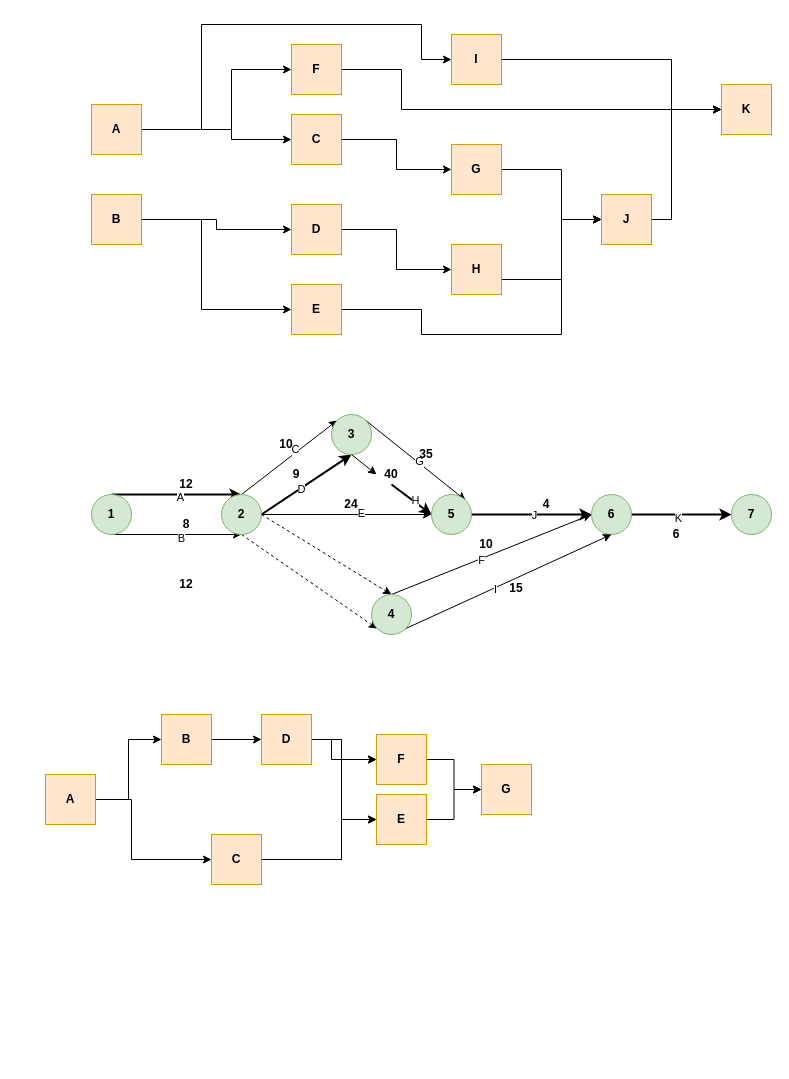
The draw.io diagram ejercicio-6.drawio in MasterJhonny/diagramas, before the edit. Source tidied: cells renumbered, new cells numbered last; positions are measured from the earlier drawing's top-left corner, leaving out a move shared by most shapes. Both pictures are drawn from the tidied source at 100%, with x=0, y=0 at pixel (45, 24). Pictures stored in the file or linked from it are replaced by grey dashed boxes.
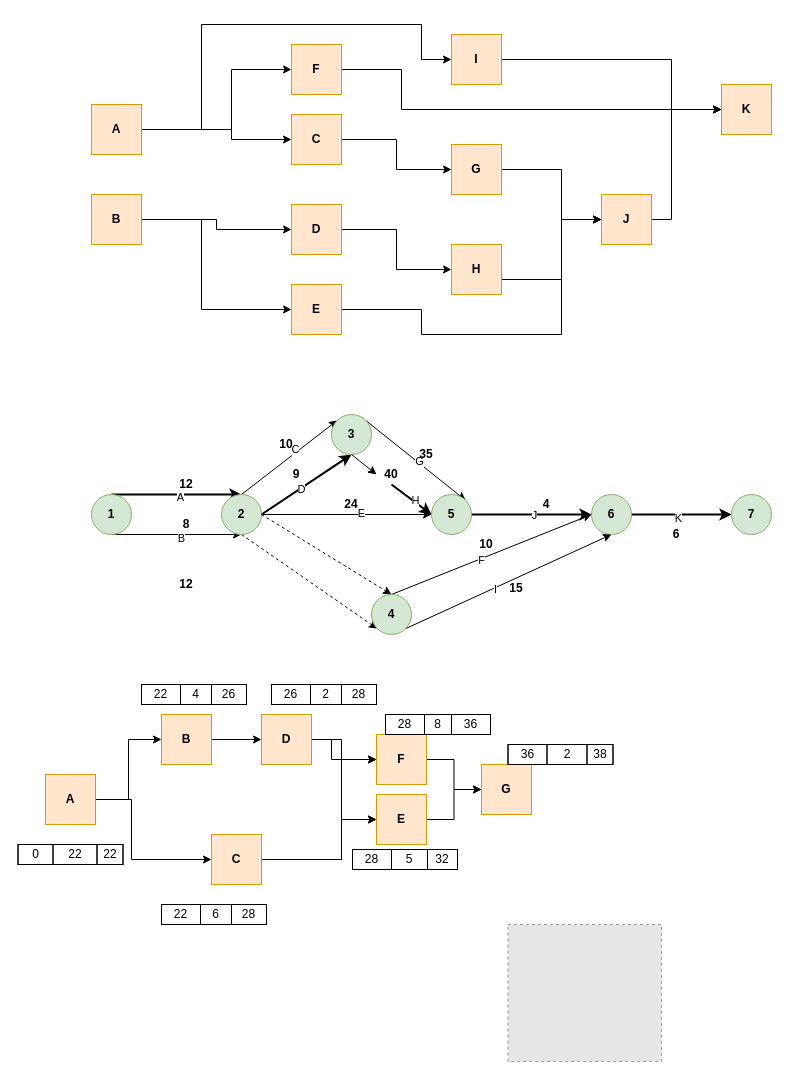
The same diagram, later.

The edit, as a diff of the source:
```diff
@@
+    <mxCell id="86" style="childLayout=tableLayout;shadow=0;fillColor=none;" parent="1" vertex="1">
+      <mxGeometry x="-27.5" y="820" width="105" height="20" as="geometry" />
+    </mxCell>
+    <mxCell id="87" style="shape=tableRow;horizontal=0;startSize=0;swimlaneHead=0;swimlaneBody=0;top=0;left=0;bottom=0;right=0;fontStyle=0;fillColor=none;strokeColor=inherit;" parent="86" vertex="1">
+      <mxGeometry width="105" height="20" as="geometry" />
+    </mxCell>
+    <mxCell id="88" value="0" style="strokeColor=inherit;fillColor=none;align=center;whiteSpace=wrap;html=1;" parent="87" vertex="1">
+      <mxGeometry width="35" height="20" as="geometry" />
+    </mxCell>
+    <mxCell id="89" value="22" style="strokeColor=inherit;fillColor=none;align=center;whiteSpace=wrap;html=1;" parent="87" vertex="1">
+      <mxGeometry x="35" width="44" height="20" as="geometry" />
+    </mxCell>
+    <mxCell id="90" value="22" style="strokeColor=inherit;fillColor=none;align=center;whiteSpace=wrap;html=1;" parent="87" vertex="1">
+      <mxGeometry x="79" width="26" height="20" as="geometry" />
+    </mxCell>
+    <mxCell id="91" style="childLayout=tableLayout;shadow=0;fillColor=none;" parent="1" vertex="1">
+      <mxGeometry x="96" y="660" width="105" height="20" as="geometry" />
+    </mxCell>
+    <mxCell id="92" style="shape=tableRow;horizontal=0;startSize=0;swimlaneHead=0;swimlaneBody=0;top=0;left=0;bottom=0;right=0;fontStyle=0;fillColor=none;strokeColor=inherit;" parent="91" vertex="1">
+      <mxGeometry width="105" height="20" as="geometry" />
+    </mxCell>
+    <mxCell id="93" value="22" style="strokeColor=inherit;fillColor=none;align=center;whiteSpace=wrap;html=1;" parent="92" vertex="1">
+      <mxGeometry width="39" height="20" as="geometry" />
+    </mxCell>
+    <mxCell id="94" value="4" style="strokeColor=inherit;fillColor=none;align=center;whiteSpace=wrap;html=1;" parent="92" vertex="1">
+      <mxGeometry x="39" width="31" height="20" as="geometry" />
+    </mxCell>
+    <mxCell id="95" value="26" style="strokeColor=inherit;fillColor=none;align=center;whiteSpace=wrap;html=1;" parent="92" vertex="1">
+      <mxGeometry x="70" width="35" height="20" as="geometry" />
+    </mxCell>
+    <mxCell id="96" style="childLayout=tableLayout;shadow=0;fillColor=none;" parent="1" vertex="1">
+      <mxGeometry x="307" y="825" width="105" height="20" as="geometry" />
+    </mxCell>
+    <mxCell id="97" style="shape=tableRow;horizontal=0;startSize=0;swimlaneHead=0;swimlaneBody=0;top=0;left=0;bottom=0;right=0;fontStyle=0;fillColor=none;strokeColor=inherit;" parent="96" vertex="1">
+      <mxGeometry width="105" height="20" as="geometry" />
+    </mxCell>
+    <mxCell id="98" value="28" style="strokeColor=inherit;fillColor=none;align=center;whiteSpace=wrap;html=1;" parent="97" vertex="1">
+      <mxGeometry width="39" height="20" as="geometry" />
+    </mxCell>
+    <mxCell id="99" value="5" style="strokeColor=inherit;fillColor=none;align=center;whiteSpace=wrap;html=1;" parent="97" vertex="1">
+      <mxGeometry x="39" width="36" height="20" as="geometry" />
+    </mxCell>
+    <mxCell id="100" value="32" style="strokeColor=inherit;fillColor=none;align=center;whiteSpace=wrap;html=1;" parent="97" vertex="1">
+      <mxGeometry x="75" width="30" height="20" as="geometry" />
+    </mxCell>
+    <mxCell id="101" style="fillColor=#E6E6E6;strokeColor=#999999;dashed=1;verticalLabelPosition=bottom;labelBackgroundColor=default;verticalAlign=top;" parent="1" vertex="1">
+      <mxGeometry x="462.5" y="900" width="153.6" height="137" as="geometry" />
+    </mxCell>
+    <mxCell id="102" style="childLayout=tableLayout;shadow=0;fillColor=none;" parent="1" vertex="1">
+      <mxGeometry x="462.5" y="720" width="105" height="20" as="geometry" />
+    </mxCell>
+    <mxCell id="103" style="shape=tableRow;horizontal=0;startSize=0;swimlaneHead=0;swimlaneBody=0;top=0;left=0;bottom=0;right=0;fontStyle=0;fillColor=none;strokeColor=inherit;" parent="102" vertex="1">
+      <mxGeometry width="105" height="20" as="geometry" />
+    </mxCell>
+    <mxCell id="104" value="36" style="strokeColor=inherit;fillColor=none;align=center;whiteSpace=wrap;html=1;" parent="103" vertex="1">
+      <mxGeometry width="39" height="20" as="geometry" />
+    </mxCell>
+    <mxCell id="105" value="2" style="strokeColor=inherit;fillColor=none;align=center;whiteSpace=wrap;html=1;" parent="103" vertex="1">
+      <mxGeometry x="39" width="40" height="20" as="geometry" />
+    </mxCell>
+    <mxCell id="106" value="38" style="strokeColor=inherit;fillColor=none;align=center;whiteSpace=wrap;html=1;" parent="103" vertex="1">
+      <mxGeometry x="79" width="26" height="20" as="geometry" />
+    </mxCell>
+    <mxCell id="107" style="childLayout=tableLayout;shadow=0;fillColor=none;" parent="1" vertex="1">
+      <mxGeometry x="116" y="880" width="105" height="20" as="geometry" />
+    </mxCell>
+    <mxCell id="108" style="shape=tableRow;horizontal=0;startSize=0;swimlaneHead=0;swimlaneBody=0;top=0;left=0;bottom=0;right=0;fontStyle=0;fillColor=none;strokeColor=inherit;" parent="107" vertex="1">
+      <mxGeometry width="105" height="20" as="geometry" />
+    </mxCell>
+    <mxCell id="109" value="22" style="strokeColor=inherit;fillColor=none;align=center;whiteSpace=wrap;html=1;" parent="108" vertex="1">
+      <mxGeometry width="39" height="20" as="geometry" />
+    </mxCell>
+    <mxCell id="110" value="6" style="strokeColor=inherit;fillColor=none;align=center;whiteSpace=wrap;html=1;" parent="108" vertex="1">
+      <mxGeometry x="39" width="31" height="20" as="geometry" />
+    </mxCell>
+    <mxCell id="111" value="28" style="strokeColor=inherit;fillColor=none;align=center;whiteSpace=wrap;html=1;" parent="108" vertex="1">
+      <mxGeometry x="70" width="35" height="20" as="geometry" />
+    </mxCell>
+    <mxCell id="112" style="childLayout=tableLayout;shadow=0;fillColor=none;" parent="1" vertex="1">
+      <mxGeometry x="340" y="690" width="105" height="20" as="geometry" />
+    </mxCell>
+    <mxCell id="113" style="shape=tableRow;horizontal=0;startSize=0;swimlaneHead=0;swimlaneBody=0;top=0;left=0;bottom=0;right=0;fontStyle=0;fillColor=none;strokeColor=inherit;" parent="112" vertex="1">
+      <mxGeometry width="105" height="20" as="geometry" />
+    </mxCell>
+    <mxCell id="114" value="28" style="strokeColor=inherit;fillColor=none;align=center;whiteSpace=wrap;html=1;" parent="113" vertex="1">
+      <mxGeometry width="39" height="20" as="geometry" />
+    </mxCell>
+    <mxCell id="115" value="8" style="strokeColor=inherit;fillColor=none;align=center;whiteSpace=wrap;html=1;" parent="113" vertex="1">
+      <mxGeometry x="39" width="27" height="20" as="geometry" />
+    </mxCell>
+    <mxCell id="116" value="36" style="strokeColor=inherit;fillColor=none;align=center;whiteSpace=wrap;html=1;" parent="113" vertex="1">
+      <mxGeometry x="66" width="39" height="20" as="geometry" />
+    </mxCell>
+    <mxCell id="117" style="childLayout=tableLayout;shadow=0;fillColor=none;" parent="1" vertex="1">
+      <mxGeometry x="226" y="660" width="105" height="20" as="geometry" />
+    </mxCell>
+    <mxCell id="118" style="shape=tableRow;horizontal=0;startSize=0;swimlaneHead=0;swimlaneBody=0;top=0;left=0;bottom=0;right=0;fontStyle=0;fillColor=none;strokeColor=inherit;" parent="117" vertex="1">
+      <mxGeometry width="105" height="20" as="geometry" />
+    </mxCell>
+    <mxCell id="119" value="26" style="strokeColor=inherit;fillColor=none;align=center;whiteSpace=wrap;html=1;" parent="118" vertex="1">
+      <mxGeometry width="39" height="20" as="geometry" />
+    </mxCell>
+    <mxCell id="120" value="2" style="strokeColor=inherit;fillColor=none;align=center;whiteSpace=wrap;html=1;" parent="118" vertex="1">
+      <mxGeometry x="39" width="31" height="20" as="geometry" />
+    </mxCell>
+    <mxCell id="121" value="28" style="strokeColor=inherit;fillColor=none;align=center;whiteSpace=wrap;html=1;" parent="118" vertex="1">
+      <mxGeometry x="70" width="35" height="20" as="geometry" />
+    </mxCell>
```
